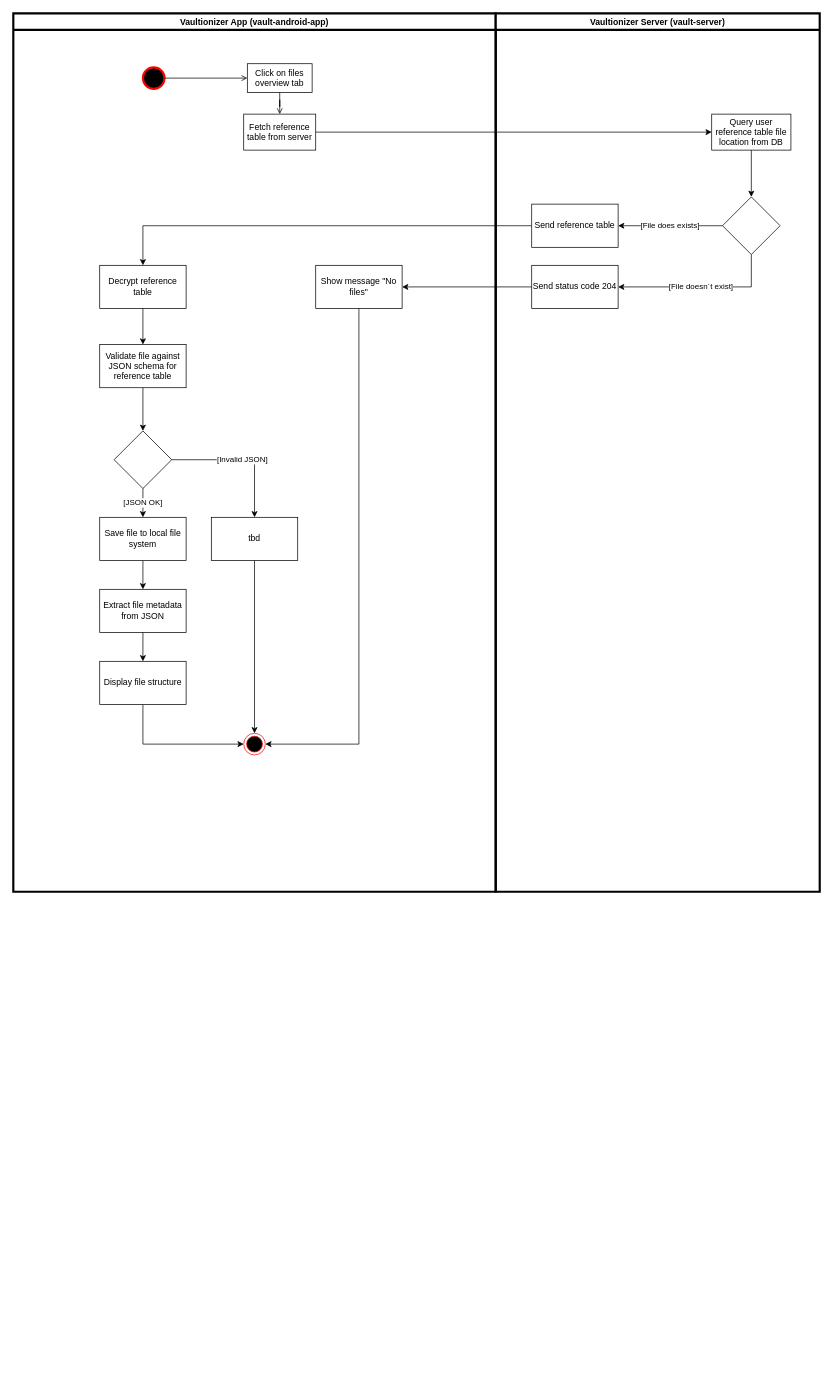
Before: img/use_cases/uc_show_file_structure.drawio in Vaultionizer/vault-docs, a draw.io diagram. Source tidied: cells renumbered, new cells numbered last; positions are measured from the earlier drawing's top-left corner, leaving out a move shared by most shapes. Both pictures are drawn from the tidied source at 72%, with x=0, y=0 at pixel (13, 13).
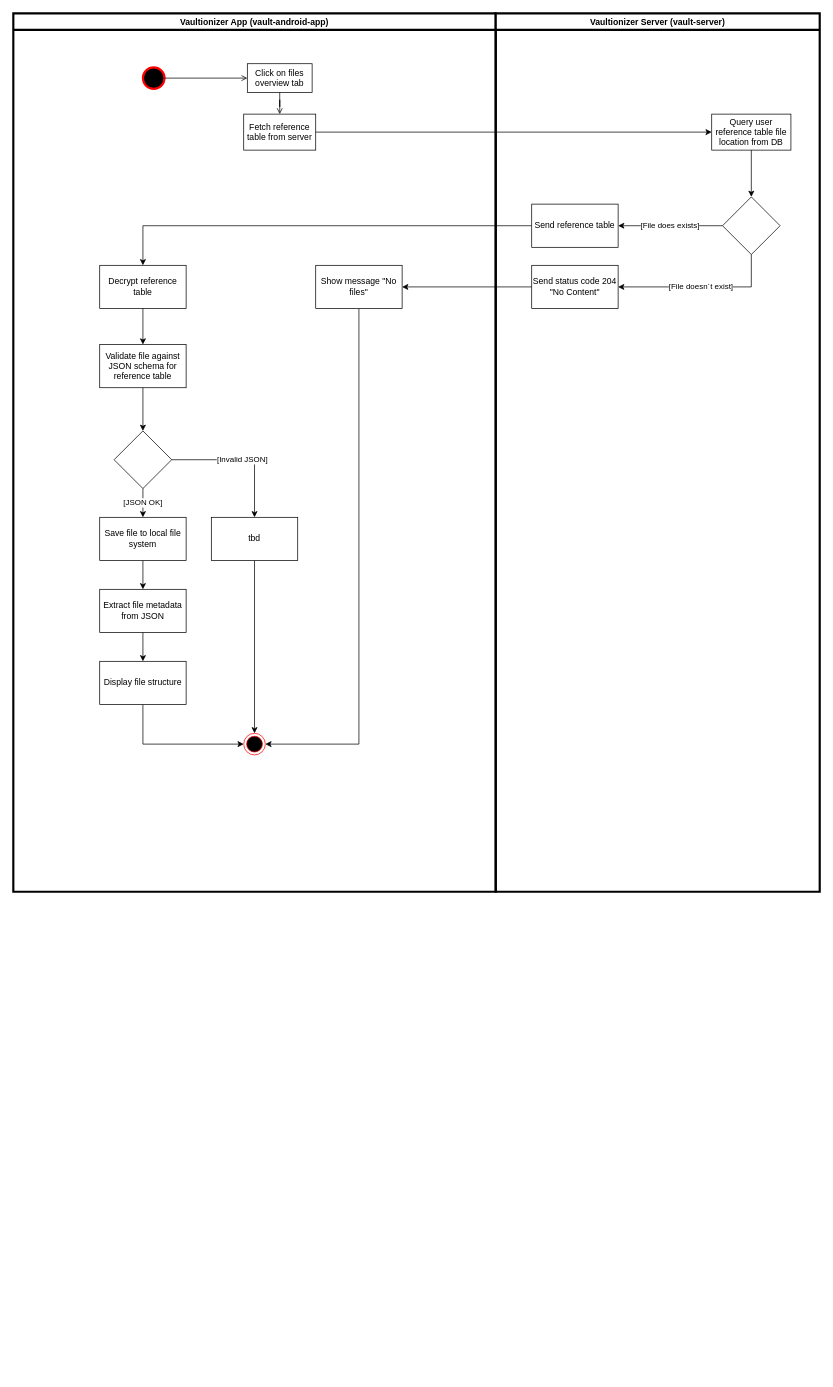
The same diagram, later.

Unchanged cells that the change refers to:
```xml
<mxCell id="29" value="Vaultionizer Server (vault-server)" style="swimlane;strokeWidth=3;" parent="1" vertex="1">
  <mxGeometry x="670" width="450" height="1220" as="geometry" />
</mxCell>
```

The edit, as a diff of the source:
```diff
@@
-    <mxCell id="31" value="Send status code &lt;span id=&quot;code204&quot;&gt;&lt;/span&gt;204" style="whiteSpace=wrap;html=1;rounded=0;" parent="29" vertex="1">
+    <mxCell id="31" value="Send status code &lt;span id=&quot;code204&quot;&gt;&lt;/span&gt;204 &quot;No Content&quot;" style="whiteSpace=wrap;html=1;rounded=0;" parent="29" vertex="1">
       <mxGeometry x="50" y="350" width="120" height="60" as="geometry" />
     </mxCell>
```
